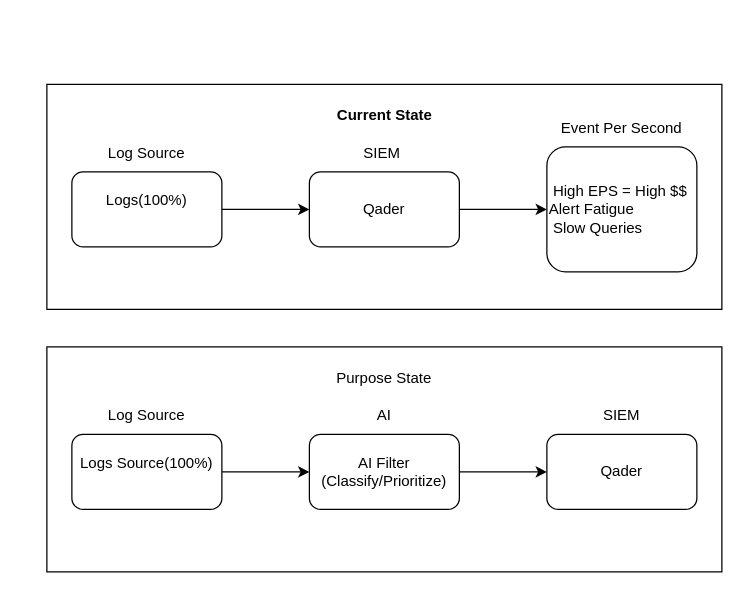
Earlier version of the draw.io diagram page "Core-Problem" (1 of 3) of senior-project.drawio (Jacob-Valor/Database-Design). Source tidied: cells renumbered, new cells numbered last; positions are measured from the earlier drawing's top-left corner, leaving out a move shared by most shapes. Both pictures are drawn from the tidied source at 125%, with x=0, y=0 at pixel (46, 84).
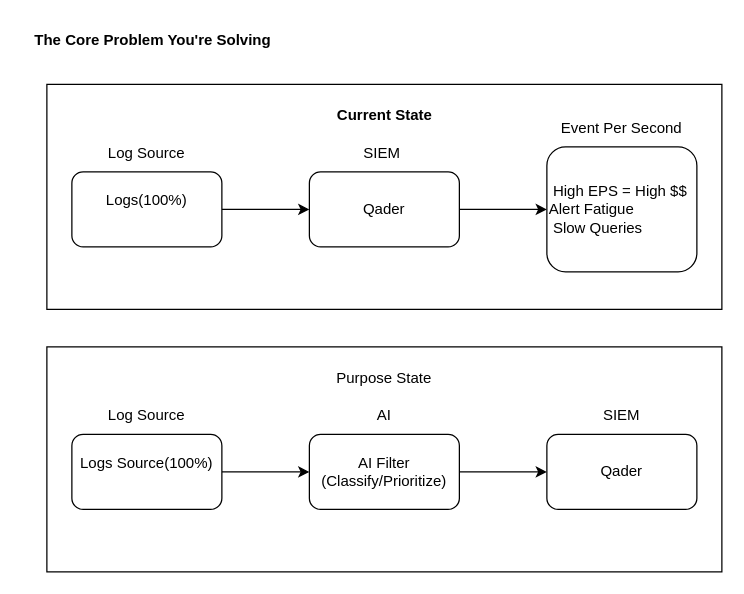
Above is the later version.

The edit, as a diff of the source:
```diff
@@
+    <mxCell id="22" value="&lt;b&gt;The Core Problem You're Solving&lt;/b&gt;" style="text;html=1;whiteSpace=wrap;strokeColor=none;fillColor=none;align=center;verticalAlign=middle;rounded=0;" parent="1" vertex="1">
+      <mxGeometry x="-20" y="-50" width="210" height="30" as="geometry" />
+    </mxCell>
```
